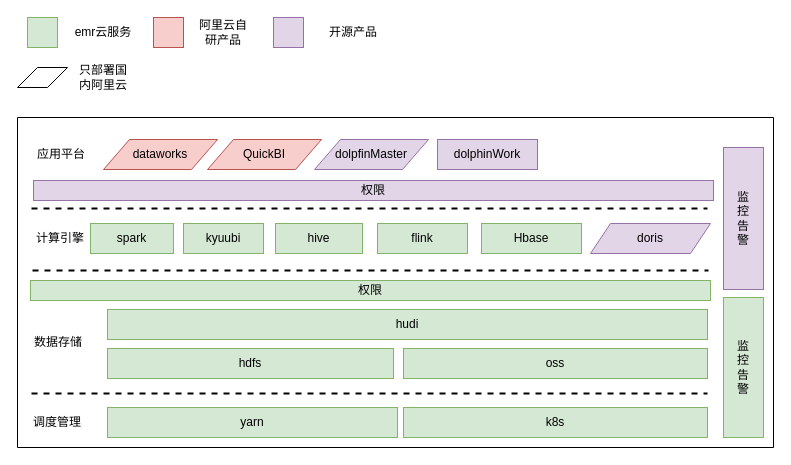
stgztsw/diagrams keeps this draw.io diagram as 大数据云平台.drawio. Above is the earlier version. Source tidied: cells renumbered, new cells numbered last; positions are measured from the earlier drawing's top-left corner, leaving out a move shared by most shapes. Both pictures are drawn from the tidied source at 100%, with x=0, y=0 at pixel (17, 17).
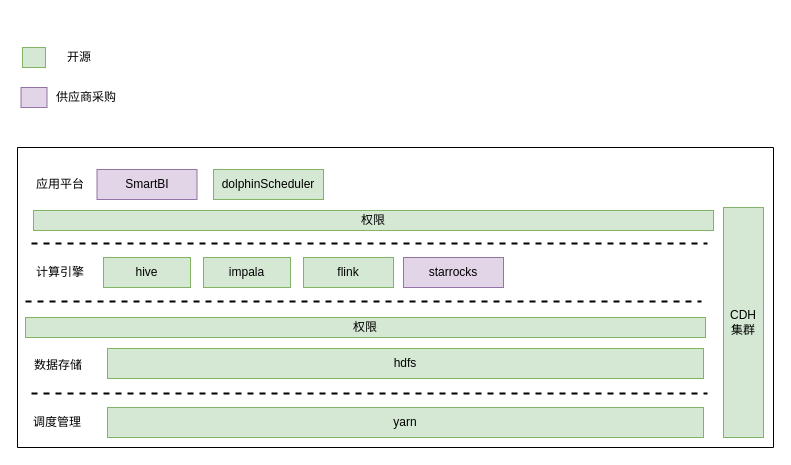
The same page after the edit.

Commit message:
普度大数据云平台.drawio

The edit, as a diff of the source:
```diff
@@
     <mxCell id="2" style="verticalLabelPosition=bottom;verticalAlign=top;html=1;shape=mxgraph.basic.rect;fillColor2=none;strokeWidth=1;size=20;indent=5;" parent="1" vertex="1">
-      <mxGeometry y="100" width="756" height="330" as="geometry" />
+      <mxGeometry y="130" width="756" height="300" as="geometry" />
     </mxCell>
@@
-    <mxCell id="4" value="k8s" style="rounded=0;whiteSpace=wrap;html=1;fillColor=#d5e8d4;strokeColor=#82b366;" parent="1" vertex="1">
-      <mxGeometry x="386" y="390" width="304" height="30" as="geometry" />
-    </mxCell>
     <mxCell id="5" value="数据存储" style="text;html=1;strokeColor=none;fillColor=none;align=center;verticalAlign=middle;whiteSpace=wrap;rounded=0;" parent="1" vertex="1">
-      <mxGeometry x="11" y="310" width="60" height="30" as="geometry" />
+      <mxGeometry x="11" y="333" width="60" height="30" as="geometry" />
     </mxCell>
-    <mxCell id="6" value="oss" style="rounded=0;whiteSpace=wrap;html=1;fillColor=#d5e8d4;strokeColor=#82b366;" parent="1" vertex="1">
-      <mxGeometry x="386" y="331" width="304" height="30" as="geometry" />
-    </mxCell>
@@
-    <mxCell id="8" value="hudi" style="rounded=0;whiteSpace=wrap;html=1;fillColor=#d5e8d4;strokeColor=#82b366;" parent="1" vertex="1">
-      <mxGeometry x="90" y="292" width="600" height="30" as="geometry" />
-    </mxCell>
     <mxCell id="9" style="line;strokeWidth=2;html=1;dashed=1;" parent="1" vertex="1">
-      <mxGeometry x="15" y="248" width="676" height="10" as="geometry" />
+      <mxGeometry x="8" y="279" width="676" height="10" as="geometry" />
     </mxCell>
     <mxCell id="10" value="计算引擎" style="text;html=1;strokeColor=none;fillColor=none;align=center;verticalAlign=middle;whiteSpace=wrap;rounded=0;" parent="1" vertex="1">
-      <mxGeometry x="13" y="206" width="60" height="30" as="geometry" />
+      <mxGeometry x="13" y="240" width="60" height="30" as="geometry" />
     </mxCell>
-    <mxCell id="11" value="spark" style="rounded=0;whiteSpace=wrap;html=1;fillColor=#d5e8d4;strokeColor=#82b366;" parent="1" vertex="1">
-      <mxGeometry x="73" y="206" width="83" height="30" as="geometry" />
-    </mxCell>
     <mxCell id="12" value="hive" style="rounded=0;whiteSpace=wrap;html=1;fillColor=#d5e8d4;strokeColor=#82b366;" parent="1" vertex="1">
-      <mxGeometry x="258" y="206" width="87" height="30" as="geometry" />
+      <mxGeometry x="86" y="240" width="87" height="30" as="geometry" />
     </mxCell>
     <mxCell id="13" value="flink" style="rounded=0;whiteSpace=wrap;html=1;fillColor=#d5e8d4;strokeColor=#82b366;" parent="1" vertex="1">
-      <mxGeometry x="360" y="206" width="90" height="30" as="geometry" />
+      <mxGeometry x="286" y="240" width="90" height="30" as="geometry" />
     </mxCell>
-    <mxCell id="14" value="Hbase" style="rounded=0;whiteSpace=wrap;html=1;fillColor=#d5e8d4;strokeColor=#82b366;" parent="1" vertex="1">
-      <mxGeometry x="464" y="206" width="100" height="30" as="geometry" />
-    </mxCell>
-    <mxCell id="15" value="&lt;span style=&quot;&quot;&gt;doris&lt;/span&gt;" style="shape=parallelogram;perimeter=parallelogramPerimeter;whiteSpace=wrap;html=1;fixedSize=1;fillColor=#e1d5e7;strokeColor=#9673a6;" parent="1" vertex="1">
-      <mxGeometry x="573" y="206" width="120" height="30" as="geometry" />
-    </mxCell>
     <mxCell id="16" style="line;strokeWidth=2;html=1;dashed=1;" parent="1" vertex="1">
-      <mxGeometry x="14" y="186" width="676" height="10" as="geometry" />
+      <mxGeometry x="14" y="221" width="676" height="10" as="geometry" />
     </mxCell>
-    <mxCell id="17" style="rounded=0;whiteSpace=wrap;html=1;fillColor=#d5e8d4;strokeColor=#82b366;" parent="1" vertex="1">
-      <mxGeometry x="10" width="30" height="30" as="geometry" />
-    </mxCell>
-    <mxCell id="18" value="emr云服务" style="text;html=1;strokeColor=none;fillColor=none;align=center;verticalAlign=middle;whiteSpace=wrap;rounded=0;" parent="1" vertex="1">
-      <mxGeometry x="56" width="60" height="30" as="geometry" />
-    </mxCell>
-    <mxCell id="19" style="shape=parallelogram;perimeter=parallelogramPerimeter;whiteSpace=wrap;html=1;fixedSize=1;" parent="1" vertex="1">
-      <mxGeometry y="50" width="50" height="20" as="geometry" />
-    </mxCell>
-    <mxCell id="20" value="只部署国内阿里云" style="text;html=1;strokeColor=none;fillColor=none;align=center;verticalAlign=middle;whiteSpace=wrap;rounded=0;" parent="1" vertex="1">
-      <mxGeometry x="56" y="45" width="60" height="30" as="geometry" />
-    </mxCell>
-    <mxCell id="21" style="rounded=0;whiteSpace=wrap;html=1;fillColor=#f8cecc;strokeColor=#b85450;" parent="1" vertex="1">
-      <mxGeometry x="136" width="30" height="30" as="geometry" />
-    </mxCell>
-    <mxCell id="22" value="阿里云自研产品" style="text;html=1;strokeColor=none;fillColor=none;align=center;verticalAlign=middle;whiteSpace=wrap;rounded=0;" parent="1" vertex="1">
-      <mxGeometry x="176" width="60" height="30" as="geometry" />
-    </mxCell>
     <mxCell id="23" value="应用平台" style="text;html=1;strokeColor=none;fillColor=none;align=center;verticalAlign=middle;whiteSpace=wrap;rounded=0;" parent="1" vertex="1">
-      <mxGeometry x="14" y="122" width="60" height="30" as="geometry" />
+      <mxGeometry x="13" y="152" width="60" height="30" as="geometry" />
     </mxCell>
-    <mxCell id="24" value="dataworks" style="shape=parallelogram;perimeter=parallelogramPerimeter;whiteSpace=wrap;html=1;fixedSize=1;fillColor=#f8cecc;strokeColor=#b85450;size=26;" parent="1" vertex="1">
-      <mxGeometry x="86" y="122" width="114" height="30" as="geometry" />
-    </mxCell>
-    <mxCell id="25" value="QuickBI" style="shape=parallelogram;perimeter=parallelogramPerimeter;whiteSpace=wrap;html=1;fixedSize=1;fillColor=#f8cecc;strokeColor=#b85450;size=26;" parent="1" vertex="1">
-      <mxGeometry x="190" y="122" width="114" height="30" as="geometry" />
-    </mxCell>
-    <mxCell id="26" style="rounded=0;whiteSpace=wrap;html=1;fillColor=#e1d5e7;strokeColor=#9673a6;" parent="1" vertex="1">
-      <mxGeometry x="256" width="30" height="30" as="geometry" />
-    </mxCell>
-    <mxCell id="27" value="开源产品" style="text;html=1;strokeColor=none;fillColor=none;align=center;verticalAlign=middle;whiteSpace=wrap;rounded=0;" parent="1" vertex="1">
-      <mxGeometry x="306" width="60" height="30" as="geometry" />
-    </mxCell>
-    <mxCell id="28" value="dolpfinMaster" style="shape=parallelogram;perimeter=parallelogramPerimeter;whiteSpace=wrap;html=1;fixedSize=1;fillColor=#e1d5e7;strokeColor=#9673a6;size=26;" parent="1" vertex="1">
-      <mxGeometry x="297" y="122" width="114" height="30" as="geometry" />
-    </mxCell>
-    <mxCell id="29" value="dolphinWork" style="rounded=0;whiteSpace=wrap;html=1;fillColor=#e1d5e7;strokeColor=#9673a6;" parent="1" vertex="1">
-      <mxGeometry x="420" y="122" width="100" height="30" as="geometry" />
-    </mxCell>
-    <mxCell id="30" value="监&lt;br&gt;控&lt;br&gt;告&lt;br&gt;警" style="rounded=0;whiteSpace=wrap;html=1;fillColor=#d5e8d4;strokeColor=#82b366;" parent="1" vertex="1">
-      <mxGeometry x="706" y="280" width="40" height="140" as="geometry" />
+    <mxCell id="30" value="CDH&lt;br&gt;集群" style="rounded=0;whiteSpace=wrap;html=1;fillColor=#d5e8d4;strokeColor=#82b366;" parent="1" vertex="1">
+      <mxGeometry x="706" y="190" width="40" height="230" as="geometry" />
     </mxCell>
-    <mxCell id="31" value="监&lt;br&gt;控&lt;br&gt;告&lt;br&gt;警" style="rounded=0;whiteSpace=wrap;html=1;fillColor=#e1d5e7;strokeColor=#9673a6;" parent="1" vertex="1">
-      <mxGeometry x="706" y="130" width="40" height="142" as="geometry" />
-    </mxCell>
-    <mxCell id="32" value="权限" style="rounded=0;whiteSpace=wrap;html=1;fillColor=#e1d5e7;strokeColor=#9673a6;" parent="1" vertex="1">
-      <mxGeometry x="16" y="163" width="680" height="20" as="geometry" />
+    <mxCell id="32" value="权限" style="rounded=0;whiteSpace=wrap;html=1;fillColor=#d5e8d4;strokeColor=#82b366;" parent="1" vertex="1">
+      <mxGeometry x="16" y="193" width="680" height="20" as="geometry" />
     </mxCell>
     <mxCell id="33" value="权限" style="rounded=0;whiteSpace=wrap;html=1;fillColor=#d5e8d4;strokeColor=#82b366;" parent="1" vertex="1">
-      <mxGeometry x="13" y="263" width="680" height="20" as="geometry" />
+      <mxGeometry x="8" y="300" width="680" height="20" as="geometry" />
     </mxCell>
-    <mxCell id="34" value="kyuubi" style="rounded=0;whiteSpace=wrap;html=1;fillColor=#d5e8d4;strokeColor=#82b366;" parent="1" vertex="1">
-      <mxGeometry x="166" y="206" width="80" height="30" as="geometry" />
-    </mxCell>
     <mxCell id="35" value="hdfs" style="rounded=0;whiteSpace=wrap;html=1;fillColor=#d5e8d4;strokeColor=#82b366;" parent="1" vertex="1">
-      <mxGeometry x="90" y="331" width="286" height="30" as="geometry" />
+      <mxGeometry x="90" y="331" width="596" height="30" as="geometry" />
     </mxCell>
     <mxCell id="36" value="yarn" style="rounded=0;whiteSpace=wrap;html=1;fillColor=#d5e8d4;strokeColor=#82b366;" parent="1" vertex="1">
-      <mxGeometry x="90" y="390" width="290" height="30" as="geometry" />
+      <mxGeometry x="90" y="390" width="596" height="30" as="geometry" />
     </mxCell>
+    <mxCell id="37" value="impala" style="rounded=0;whiteSpace=wrap;html=1;fillColor=#d5e8d4;strokeColor=#82b366;" parent="1" vertex="1">
+      <mxGeometry x="186" y="240" width="87" height="30" as="geometry" />
+    </mxCell>
+    <mxCell id="38" style="rounded=0;whiteSpace=wrap;html=1;fillColor=#d5e8d4;strokeColor=#82b366;" parent="1" vertex="1">
+      <mxGeometry x="5" y="30" width="23" height="20" as="geometry" />
+    </mxCell>
+    <mxCell id="39" value="开源" style="text;html=1;strokeColor=none;fillColor=none;align=center;verticalAlign=middle;whiteSpace=wrap;rounded=0;" parent="1" vertex="1">
+      <mxGeometry x="32" y="25" width="60" height="30" as="geometry" />
+    </mxCell>
+    <mxCell id="40" style="rounded=0;whiteSpace=wrap;html=1;fillColor=#e1d5e7;strokeColor=#9673a6;" parent="1" vertex="1">
+      <mxGeometry x="3.5" y="70" width="26" height="20" as="geometry" />
+    </mxCell>
+    <mxCell id="41" value="供应商采购" style="text;html=1;strokeColor=none;fillColor=none;align=center;verticalAlign=middle;whiteSpace=wrap;rounded=0;" parent="1" vertex="1">
+      <mxGeometry x="32" y="65" width="74" height="30" as="geometry" />
+    </mxCell>
+    <mxCell id="42" value="starrocks" style="rounded=0;whiteSpace=wrap;html=1;fillColor=#e1d5e7;strokeColor=#9673a6;" parent="1" vertex="1">
+      <mxGeometry x="386" y="240" width="100" height="30" as="geometry" />
+    </mxCell>
+    <mxCell id="43" value="dolphinScheduler" style="rounded=0;whiteSpace=wrap;html=1;fillColor=#d5e8d4;strokeColor=#82b366;" parent="1" vertex="1">
+      <mxGeometry x="196" y="152" width="110" height="30" as="geometry" />
+    </mxCell>
+    <mxCell id="44" value="SmartBI" style="rounded=0;whiteSpace=wrap;html=1;fillColor=#e1d5e7;strokeColor=#9673a6;" parent="1" vertex="1">
+      <mxGeometry x="79.5" y="152" width="100" height="30" as="geometry" />
+    </mxCell>
```
